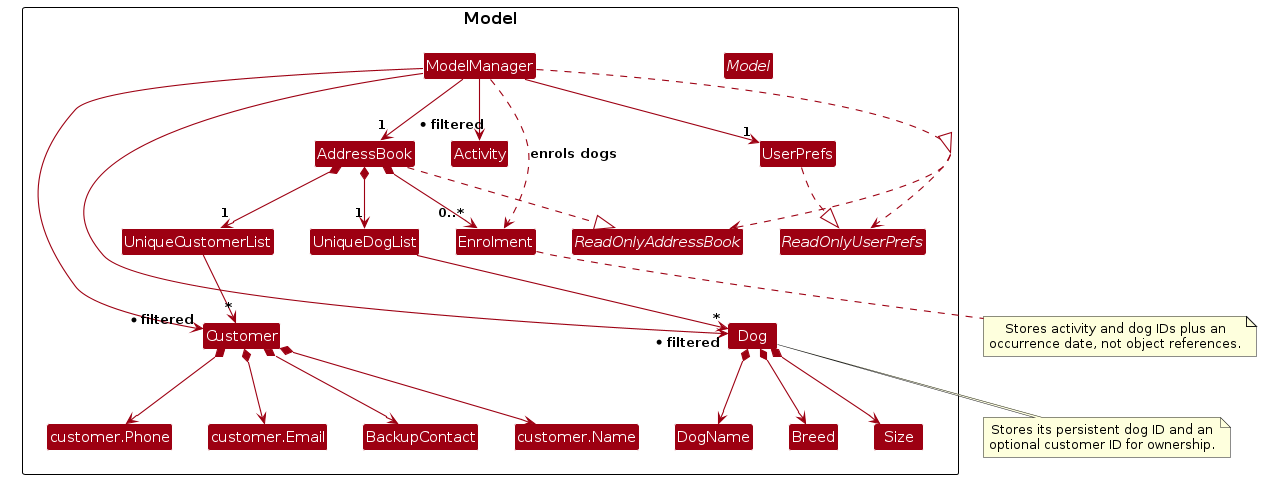
Before: diagrams/ModelClassDiagram.png, a diagram exported from PlantUML (AY2627S1-CS2103T-T15-4/tp). Its source is kept beside it as diagrams/ModelClassDiagram.puml.
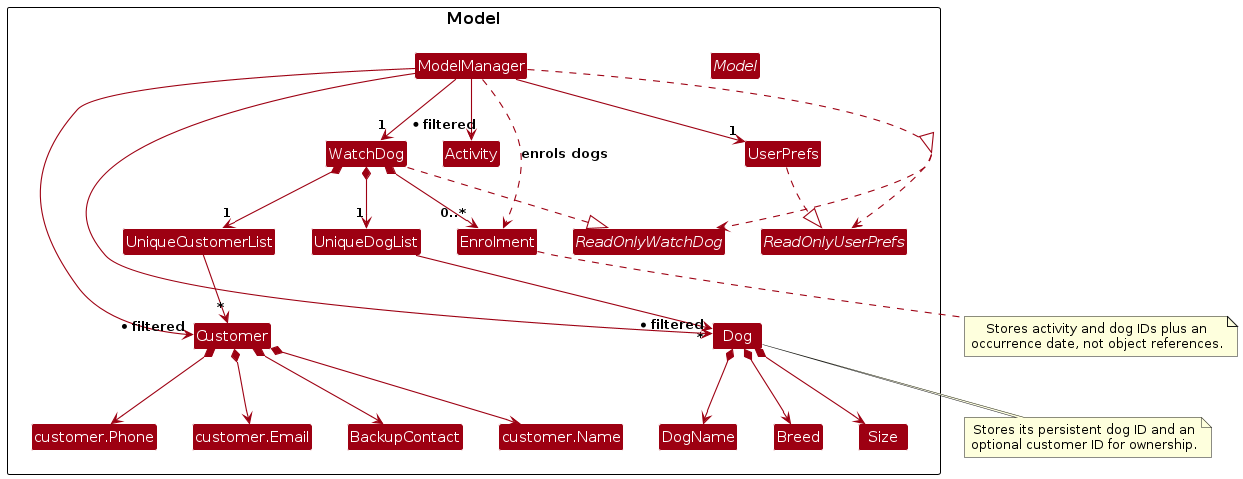
The same file after the commit.

The edit, as a diff of the source:
```diff
@@ -5,11 +5,11 @@
 skinparam classBackgroundColor MODEL_COLOR
 
 package Model {
-interface ReadOnlyAddressBook
+interface ReadOnlyWatchDog
 interface ReadOnlyUserPrefs
 interface Model
 class ModelManager
-class AddressBook
+class WatchDog
 class UserPrefs
 class UniqueCustomerList
 class UniqueDogList
@@ -27,15 +27,15 @@
 }
 
 ModelManager ..|> Model
-ModelManager --> "1" AddressBook
+ModelManager --> "1" WatchDog
 ModelManager --> "1" UserPrefs
-Model ..> ReadOnlyAddressBook
+Model ..> ReadOnlyWatchDog
 Model ..> ReadOnlyUserPrefs
-AddressBook ..|> ReadOnlyAddressBook
+WatchDog ..|> ReadOnlyWatchDog
 UserPrefs ..|> ReadOnlyUserPrefs
-AddressBook *--> "1" UniqueCustomerList
-AddressBook *--> "1" UniqueDogList
-AddressBook *--> "0..*" Enrolment
+WatchDog *--> "1" UniqueCustomerList
+WatchDog *--> "1" UniqueDogList
+WatchDog *--> "0..*" Enrolment
 UniqueCustomerList --> "*" Customer
 UniqueDogList --> "*" Dog
 Customer *--> CustomerName
```
